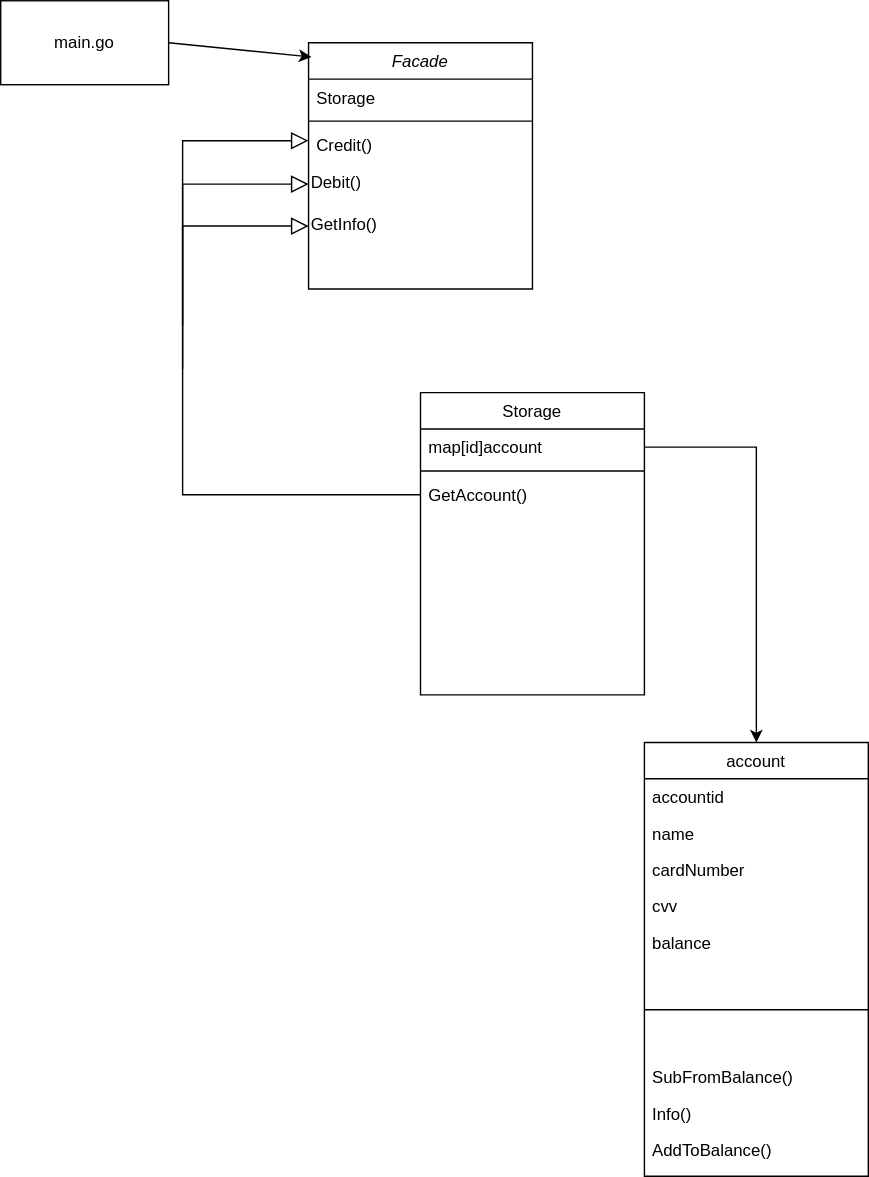
Before: Facade.svg, a diagram exported from draw.io (LuLStackCoder/go-patterns). Source tidied: cells renumbered, new cells last; positions are measured from the earlier drawing's top-left corner, leaving out a move shared by most shapes.
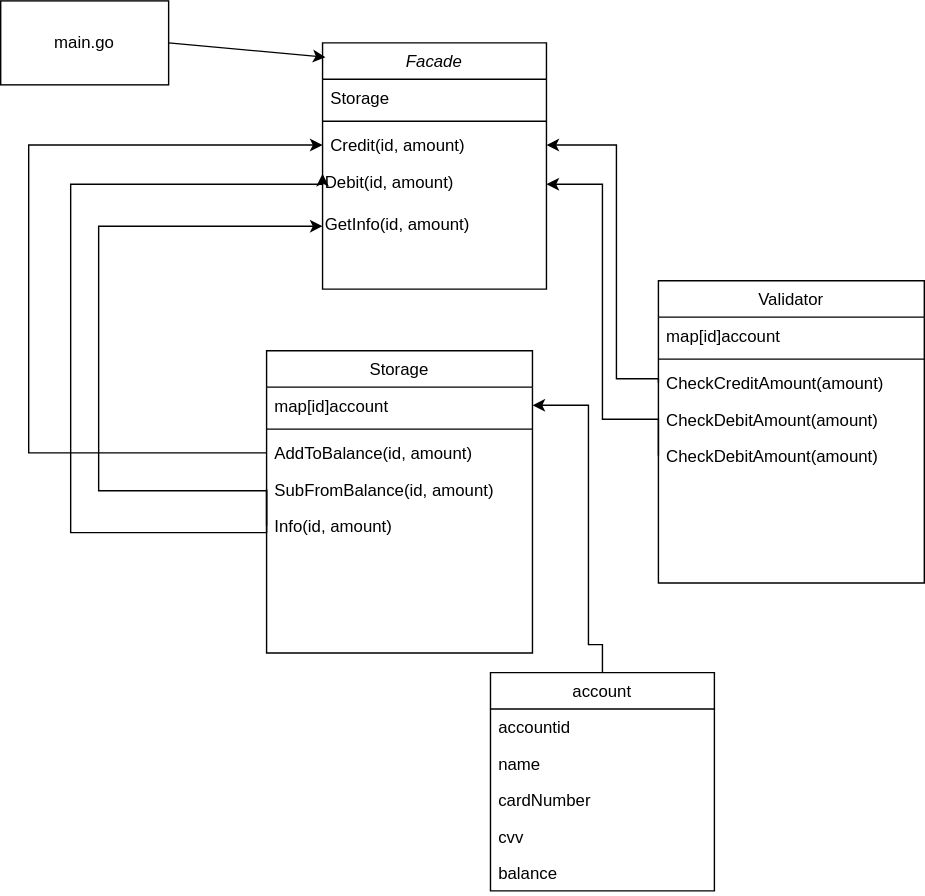
After the change.

What changed in the source:
```diff
@@ -3,7 +3,7 @@
     <mxCell id="0" />
     <mxCell id="1" parent="0" />
     <mxCell id="2" value="Facade&#10;" style="swimlane;fontStyle=2;align=center;verticalAlign=top;horizontal=1;startSize=26;rounded=0;shadow=0;strokeWidth=1;" parent="1" vertex="1">
-      <mxGeometry x="220" y="30" width="160" height="176" as="geometry" />
+      <mxGeometry x="230" y="30" width="160" height="176" as="geometry" />
     </mxCell>
     <mxCell id="3" value="Storage" style="text;align=left;verticalAlign=top;spacingLeft=4;spacingRight=4;overflow=hidden;" parent="2" vertex="1">
       <mxGeometry y="26" width="160" height="26" as="geometry" />
@@ -11,17 +11,113 @@
     <mxCell id="4" style="line;html=1;strokeWidth=1;align=left;verticalAlign=middle;spacingTop=-1;spacingLeft=3;spacingRight=3;labelPosition=right;" parent="2" vertex="1">
       <mxGeometry y="52" width="160" height="8" as="geometry" />
     </mxCell>
-    <mxCell id="5" value="Credit()" style="text;align=left;verticalAlign=top;spacingLeft=4;spacingRight=4;overflow=hidden;points=[[0,0.5],[1,0.5]];portConstraint=eastwest;" parent="2" vertex="1">
+    <mxCell id="5" value="Credit(id, amount)" style="text;align=left;verticalAlign=top;spacingLeft=4;spacingRight=4;overflow=hidden;points=[[0,0.5],[1,0.5]];portConstraint=eastwest;" parent="2" vertex="1">
       <mxGeometry y="60" width="160" height="26" as="geometry" />
     </mxCell>
-    <mxCell id="6" value="Debit()" style="text;html=1;" parent="2" vertex="1">
+    <mxCell id="6" value="Debit(id, amount)" style="text;html=1;" parent="2" vertex="1">
       <mxGeometry y="86" width="160" height="30" as="geometry" />
     </mxCell>
-    <mxCell id="7" value="GetInfo()" style="text;html=1;" parent="2" vertex="1">
+    <mxCell id="7" value="GetInfo(id, amount)" style="text;html=1;" parent="2" vertex="1">
       <mxGeometry y="116" width="160" height="30" as="geometry" />
     </mxCell>
+    <mxCell id="28" style="edgeStyle=orthogonalEdgeStyle;rounded=0;jettySize=auto;html=1;exitX=0.5;exitY=0;exitDx=0;exitDy=0;entryX=1;entryY=0.5;entryDx=0;entryDy=0;" parent="1" edge="1" source="8" target="20">
+      <mxGeometry relative="1" as="geometry">
+        <Array as="points">
+          <mxPoint x="430" y="460" />
+          <mxPoint x="420" y="460" />
+          <mxPoint x="420" y="289" />
+        </Array>
+      </mxGeometry>
+    </mxCell>
+    <mxCell id="19" value="Storage" style="swimlane;fontStyle=0;align=center;verticalAlign=top;horizontal=1;startSize=26;rounded=0;shadow=0;strokeWidth=1;" parent="1" vertex="1">
+      <mxGeometry x="190" y="250" width="190" height="216" as="geometry" />
+    </mxCell>
+    <mxCell id="20" value="map[id]account" style="text;align=left;verticalAlign=top;spacingLeft=4;spacingRight=4;overflow=hidden;points=[[0,0.5],[1,0.5]];portConstraint=eastwest;" parent="19" vertex="1">
+      <mxGeometry y="26" width="190" height="26" as="geometry" />
+    </mxCell>
+    <mxCell id="21" style="line;html=1;strokeWidth=1;align=left;verticalAlign=middle;spacingTop=-1;spacingLeft=3;spacingRight=3;labelPosition=right;" parent="19" vertex="1">
+      <mxGeometry y="52" width="190" height="8" as="geometry" />
+    </mxCell>
+    <mxCell id="22" value="AddToBalance(id, amount)" style="text;align=left;verticalAlign=top;spacingLeft=4;spacingRight=4;overflow=hidden;points=[[0,0.5],[1,0.5]];portConstraint=eastwest;" parent="19" vertex="1">
+      <mxGeometry y="60" width="190" height="26" as="geometry" />
+    </mxCell>
+    <mxCell id="29" value="SubFromBalance(id, amount)" style="text;align=left;verticalAlign=top;spacingLeft=4;spacingRight=4;overflow=hidden;points=[[0,0.5],[1,0.5]];portConstraint=eastwest;" parent="19" vertex="1">
+      <mxGeometry y="86" width="190" height="26" as="geometry" />
+    </mxCell>
+    <mxCell id="30" value="Info(id, amount)" style="text;align=left;verticalAlign=top;spacingLeft=4;spacingRight=4;overflow=hidden;points=[[0,0.5],[1,0.5]];portConstraint=eastwest;" parent="19" vertex="1">
+      <mxGeometry y="112" width="190" height="26" as="geometry" />
+    </mxCell>
+    <mxCell id="23" value="main.go" style="rounded=0;whiteSpace=wrap;html=1;" parent="1" vertex="1">
+      <mxGeometry width="120" height="60" as="geometry" />
+    </mxCell>
+    <mxCell id="24" style="endArrow=classic;html=1;exitX=1;exitY=0.5;exitDx=0;exitDy=0;entryX=0.013;entryY=0.058;entryDx=0;entryDy=0;entryPerimeter=0;" parent="1" edge="1" source="23" target="2">
+      <mxGeometry relative="1" as="geometry" />
+    </mxCell>
+    <mxCell id="31" value="Validator" style="swimlane;fontStyle=0;align=center;verticalAlign=top;horizontal=1;startSize=26;rounded=0;shadow=0;strokeWidth=1;" parent="1" vertex="1">
+      <mxGeometry x="470" y="200" width="190" height="216" as="geometry" />
+    </mxCell>
+    <mxCell id="32" value="map[id]account" style="text;align=left;verticalAlign=top;spacingLeft=4;spacingRight=4;overflow=hidden;" parent="31" vertex="1">
+      <mxGeometry y="26" width="190" height="26" as="geometry" />
+    </mxCell>
+    <mxCell id="33" style="line;html=1;strokeWidth=1;align=left;verticalAlign=middle;spacingTop=-1;spacingLeft=3;spacingRight=3;labelPosition=right;" parent="31" vertex="1">
+      <mxGeometry y="52" width="190" height="8" as="geometry" />
+    </mxCell>
+    <mxCell id="34" value="CheckCreditAmount(amount)" style="text;align=left;verticalAlign=top;spacingLeft=4;spacingRight=4;overflow=hidden;points=[[0,0.5],[1,0.5]];portConstraint=eastwest;" parent="31" vertex="1">
+      <mxGeometry y="60" width="190" height="26" as="geometry" />
+    </mxCell>
+    <mxCell id="35" value="CheckDebitAmount(amount)" style="text;align=left;verticalAlign=top;spacingLeft=4;spacingRight=4;overflow=hidden;" parent="31" vertex="1">
+      <mxGeometry y="86" width="190" height="26" as="geometry" />
+    </mxCell>
+    <mxCell id="36" value="CheckDebitAmount(amount)" style="text;align=left;verticalAlign=top;spacingLeft=4;spacingRight=4;overflow=hidden;points=[[0,0.5],[1,0.5]];portConstraint=eastwest;" parent="31" vertex="1">
+      <mxGeometry y="112" width="190" height="26" as="geometry" />
+    </mxCell>
+    <mxCell id="37" style="edgeStyle=orthogonalEdgeStyle;rounded=0;jettySize=auto;html=1;exitX=0;exitY=0.5;exitDx=0;exitDy=0;entryX=0;entryY=0.5;entryDx=0;entryDy=0;" parent="1" edge="1" source="30" target="7">
+      <mxGeometry relative="1" as="geometry">
+        <Array as="points">
+          <mxPoint x="190" y="350" />
+          <mxPoint x="70" y="350" />
+          <mxPoint x="70" y="161" />
+        </Array>
+      </mxGeometry>
+    </mxCell>
+    <mxCell id="38" style="edgeStyle=orthogonalEdgeStyle;rounded=0;jettySize=auto;html=1;exitX=0;exitY=0.5;exitDx=0;exitDy=0;entryX=0;entryY=0.25;entryDx=0;entryDy=0;" parent="1" edge="1" source="29" target="6">
+      <mxGeometry relative="1" as="geometry">
+        <Array as="points">
+          <mxPoint x="190" y="380" />
+          <mxPoint x="50" y="380" />
+          <mxPoint x="50" y="131" />
+          <mxPoint x="230" y="131" />
+        </Array>
+      </mxGeometry>
+    </mxCell>
+    <mxCell id="39" style="edgeStyle=orthogonalEdgeStyle;rounded=0;jettySize=auto;html=1;exitX=0;exitY=0.5;exitDx=0;exitDy=0;entryX=0;entryY=0.5;entryDx=0;entryDy=0;" parent="1" edge="1" source="22" target="5">
+      <mxGeometry relative="1" as="geometry">
+        <Array as="points">
+          <mxPoint x="20" y="323" />
+          <mxPoint x="20" y="103" />
+        </Array>
+      </mxGeometry>
+    </mxCell>
+    <mxCell id="40" style="edgeStyle=orthogonalEdgeStyle;rounded=0;jettySize=auto;html=1;exitX=0;exitY=0.5;exitDx=0;exitDy=0;entryX=1;entryY=0.5;entryDx=0;entryDy=0;" parent="1" edge="1" source="34" target="5">
+      <mxGeometry relative="1" as="geometry">
+        <Array as="points">
+          <mxPoint x="470" y="270" />
+          <mxPoint x="440" y="270" />
+          <mxPoint x="440" y="103" />
+        </Array>
+      </mxGeometry>
+    </mxCell>
+    <mxCell id="41" style="edgeStyle=orthogonalEdgeStyle;rounded=0;jettySize=auto;html=1;exitX=0;exitY=0.5;exitDx=0;exitDy=0;entryX=1;entryY=0.5;entryDx=0;entryDy=0;" parent="1" edge="1" source="36" target="6">
+      <mxGeometry relative="1" as="geometry">
+        <Array as="points">
+          <mxPoint x="470" y="299" />
+          <mxPoint x="430" y="299" />
+          <mxPoint x="430" y="131" />
+        </Array>
+      </mxGeometry>
+    </mxCell>
     <mxCell id="8" value="account" style="swimlane;fontStyle=0;align=center;verticalAlign=top;horizontal=1;startSize=26;rounded=0;shadow=0;strokeWidth=1;" parent="1" vertex="1">
-      <mxGeometry x="460" y="530" width="160" height="310" as="geometry" />
+      <mxGeometry x="350" y="480" width="160" height="156" as="geometry" />
     </mxCell>
     <mxCell id="9" value="accountid" style="text;align=left;verticalAlign=top;spacingLeft=4;spacingRight=4;overflow=hidden;" parent="8" vertex="1">
       <mxGeometry y="26" width="160" height="26" as="geometry" />
@@ -38,71 +134,5 @@
     <mxCell id="13" value="balance&#10;" style="text;align=left;verticalAlign=top;spacingLeft=4;spacingRight=4;overflow=hidden;rounded=0;shadow=0;html=0;" parent="8" vertex="1">
       <mxGeometry y="130" width="160" height="26" as="geometry" />
     </mxCell>
-    <mxCell id="14" style="line;html=1;strokeWidth=1;align=left;verticalAlign=middle;spacingTop=-1;spacingLeft=3;spacingRight=3;labelPosition=right;" parent="8" vertex="1">
-      <mxGeometry y="156" width="160" height="70" as="geometry" />
-    </mxCell>
-    <mxCell id="15" value="SubFromBalance()" style="text;align=left;verticalAlign=top;spacingLeft=4;spacingRight=4;overflow=hidden;rounded=0;shadow=0;html=0;" parent="8" vertex="1">
-      <mxGeometry y="226" width="160" height="26" as="geometry" />
-    </mxCell>
-    <mxCell id="16" value="Info()" style="text;align=left;verticalAlign=top;spacingLeft=4;spacingRight=4;overflow=hidden;rounded=0;shadow=0;html=0;" parent="8" vertex="1">
-      <mxGeometry y="252" width="160" height="26" as="geometry" />
-    </mxCell>
-    <mxCell id="17" value="AddToBalance()&#10;" style="text;align=left;verticalAlign=top;spacingLeft=4;spacingRight=4;overflow=hidden;rounded=0;shadow=0;html=0;" parent="8" vertex="1">
-      <mxGeometry y="278" width="160" height="26" as="geometry" />
-    </mxCell>
-    <mxCell id="18" style="endArrow=block;endSize=10;endFill=0;shadow=0;strokeWidth=1;rounded=0;edgeStyle=elbowEdgeStyle;elbow=vertical;exitX=0;exitY=0.5;exitDx=0;exitDy=0;entryX=0;entryY=0.5;entryDx=0;entryDy=0;" parent="1" edge="1" source="22" target="7">
-      <mxGeometry relative="1" as="geometry">
-        <Array as="points">
-          <mxPoint x="130" y="130" />
-          <mxPoint x="400" y="279" />
-          <mxPoint x="390" y="290" />
-          <mxPoint x="300" y="240" />
-        </Array>
-      </mxGeometry>
-    </mxCell>
-    <mxCell id="19" value="Storage" style="swimlane;fontStyle=0;align=center;verticalAlign=top;horizontal=1;startSize=26;rounded=0;shadow=0;strokeWidth=1;" parent="1" vertex="1">
-      <mxGeometry x="300" y="280" width="160" height="216" as="geometry" />
-    </mxCell>
-    <mxCell id="20" value="map[id]account" style="text;align=left;verticalAlign=top;spacingLeft=4;spacingRight=4;overflow=hidden;points=[[0,0.5],[1,0.5]];portConstraint=eastwest;" parent="19" vertex="1">
-      <mxGeometry y="26" width="160" height="26" as="geometry" />
-    </mxCell>
-    <mxCell id="21" style="line;html=1;strokeWidth=1;align=left;verticalAlign=middle;spacingTop=-1;spacingLeft=3;spacingRight=3;labelPosition=right;" parent="19" vertex="1">
-      <mxGeometry y="52" width="160" height="8" as="geometry" />
-    </mxCell>
-    <mxCell id="22" value="GetAccount()" style="text;align=left;verticalAlign=top;spacingLeft=4;spacingRight=4;overflow=hidden;points=[[0,0.5],[1,0.5]];portConstraint=eastwest;" parent="19" vertex="1">
-      <mxGeometry y="60" width="160" height="26" as="geometry" />
-    </mxCell>
-    <mxCell id="23" value="main.go" style="rounded=0;whiteSpace=wrap;html=1;" parent="1" vertex="1">
-      <mxGeometry width="120" height="60" as="geometry" />
-    </mxCell>
-    <mxCell id="24" style="endArrow=classic;html=1;exitX=1;exitY=0.5;exitDx=0;exitDy=0;entryX=0.013;entryY=0.058;entryDx=0;entryDy=0;entryPerimeter=0;" parent="1" edge="1" source="23" target="2">
-      <mxGeometry relative="1" as="geometry" />
-    </mxCell>
-    <mxCell id="25" style="endArrow=block;endSize=10;endFill=0;shadow=0;strokeWidth=1;rounded=0;edgeStyle=elbowEdgeStyle;elbow=vertical;exitX=0;exitY=0.5;exitDx=0;exitDy=0;entryX=0;entryY=0.5;entryDx=0;entryDy=0;" parent="1" edge="1" target="6">
-      <mxGeometry relative="1" as="geometry">
-        <mxPoint x="130" y="263" as="sourcePoint" />
-        <Array as="points">
-          <mxPoint x="190" y="131" />
-          <mxPoint x="230" y="189" />
-          <mxPoint x="220" y="200" />
-          <mxPoint x="130" y="150" />
-        </Array>
-      </mxGeometry>
-    </mxCell>
-    <mxCell id="26" style="endArrow=block;endSize=10;endFill=0;shadow=0;strokeWidth=1;rounded=0;edgeStyle=elbowEdgeStyle;elbow=vertical;exitX=0;exitY=0.5;exitDx=0;exitDy=0;entryX=0;entryY=0.5;entryDx=0;entryDy=0;" parent="1" edge="1">
-      <mxGeometry relative="1" as="geometry">
-        <mxPoint x="130" y="232" as="sourcePoint" />
-        <mxPoint x="220" y="100" as="targetPoint" />
-        <Array as="points">
-          <mxPoint x="190" y="100" />
-          <mxPoint x="230" y="158" />
-          <mxPoint x="220" y="169" />
-          <mxPoint x="130" y="119" />
-        </Array>
-      </mxGeometry>
-    </mxCell>
-    <mxCell id="27" style="edgeStyle=orthogonalEdgeStyle;rounded=0;jettySize=auto;html=1;exitX=1;exitY=0.5;exitDx=0;exitDy=0;entryX=0.5;entryY=0;entryDx=0;entryDy=0;" parent="1" edge="1" source="20" target="8">
-      <mxGeometry relative="1" as="geometry" />
-    </mxCell>
   </root>
 </mxGraphModel>
```
